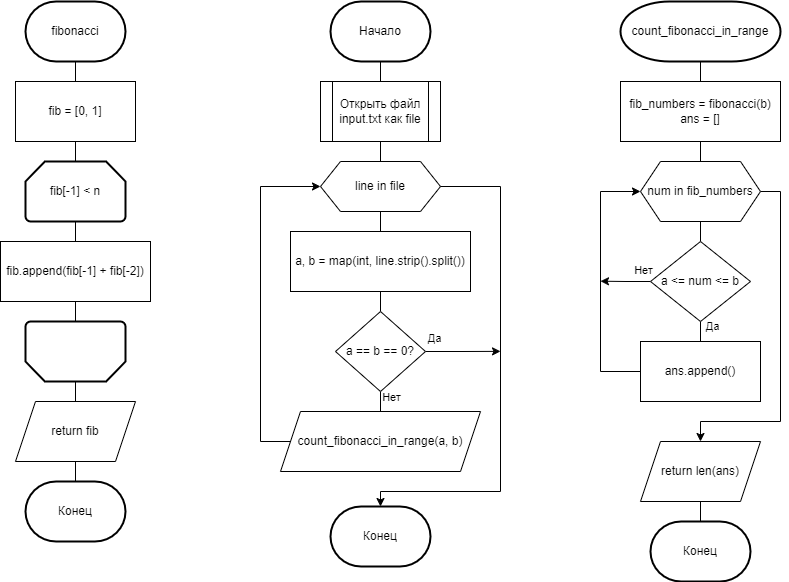
Above: Lab 3/6.1/6.1.drawio.png in EdgeFirewalk/Software-Design-and-Testing-Labs (draw.io), before the change. Source tidied: cells renumbered, new cells last; positions are measured from the earlier drawing's top-left corner, leaving out a move shared by most shapes. The source it was exported from:
```xml
<mxGraphModel>
  <root>
    <mxCell id="0" />
    <mxCell id="1" parent="0" />
    <mxCell id="2" style="edgeStyle=orthogonalEdgeStyle;rounded=0;jettySize=auto;html=1;exitX=0.5;exitY=1;exitDx=0;exitDy=0;exitPerimeter=0;entryX=0.5;entryY=0;entryDx=0;entryDy=0;endArrow=none;endFill=0;" parent="1" edge="1" source="3" target="4">
      <mxGeometry relative="1" as="geometry" />
    </mxCell>
    <mxCell id="3" value="fibonacci" style="strokeWidth=2;html=1;shape=mxgraph.flowchart.terminator;whiteSpace=wrap;" parent="1" vertex="1">
      <mxGeometry x="25" width="100" height="60" as="geometry" />
    </mxCell>
    <mxCell id="4" value="fib = [0, 1]" style="rounded=0;whiteSpace=wrap;html=1;" parent="1" vertex="1">
      <mxGeometry x="15" y="80" width="120" height="60" as="geometry" />
    </mxCell>
    <mxCell id="5" style="edgeStyle=orthogonalEdgeStyle;rounded=0;jettySize=auto;html=1;exitX=0.5;exitY=1;exitDx=0;exitDy=0;exitPerimeter=0;entryX=0.5;entryY=0;entryDx=0;entryDy=0;endArrow=none;endFill=0;" parent="1" edge="1" source="6" target="9">
      <mxGeometry relative="1" as="geometry" />
    </mxCell>
    <mxCell id="6" value="fib[-1] &amp;lt; n" style="strokeWidth=2;html=1;shape=mxgraph.flowchart.loop_limit;whiteSpace=wrap;" parent="1" vertex="1">
      <mxGeometry x="25" y="160" width="100" height="60" as="geometry" />
    </mxCell>
    <mxCell id="7" style="edgeStyle=orthogonalEdgeStyle;rounded=0;jettySize=auto;html=1;exitX=0.5;exitY=0;exitDx=0;exitDy=0;exitPerimeter=0;entryX=0.5;entryY=0;entryDx=0;entryDy=0;endArrow=none;endFill=0;" parent="1" edge="1" source="8" target="10">
      <mxGeometry relative="1" as="geometry" />
    </mxCell>
    <mxCell id="8" style="strokeWidth=2;html=1;shape=mxgraph.flowchart.loop_limit;whiteSpace=wrap;direction=west;" parent="1" vertex="1">
      <mxGeometry x="25" y="320" width="100" height="60" as="geometry" />
    </mxCell>
    <mxCell id="9" value="fib.append(fib[-1] + fib[-2])" style="rounded=0;whiteSpace=wrap;html=1;" parent="1" vertex="1">
      <mxGeometry y="240" width="150" height="60" as="geometry" />
    </mxCell>
    <mxCell id="10" value="return fib" style="shape=parallelogram;perimeter=parallelogramPerimeter;whiteSpace=wrap;html=1;fixedSize=1;" parent="1" vertex="1">
      <mxGeometry x="15" y="400" width="120" height="60" as="geometry" />
    </mxCell>
    <mxCell id="11" value="Конец" style="strokeWidth=2;html=1;shape=mxgraph.flowchart.terminator;whiteSpace=wrap;" parent="1" vertex="1">
      <mxGeometry x="25" y="480" width="100" height="60" as="geometry" />
    </mxCell>
    <mxCell id="12" style="edgeStyle=orthogonalEdgeStyle;rounded=0;jettySize=auto;html=1;exitX=0.5;exitY=1;exitDx=0;exitDy=0;entryX=0.5;entryY=0;entryDx=0;entryDy=0;entryPerimeter=0;endArrow=none;endFill=0;" parent="1" edge="1" source="4" target="6">
      <mxGeometry relative="1" as="geometry" />
    </mxCell>
    <mxCell id="13" style="edgeStyle=orthogonalEdgeStyle;rounded=0;jettySize=auto;html=1;exitX=0.5;exitY=1;exitDx=0;exitDy=0;entryX=0.5;entryY=1;entryDx=0;entryDy=0;entryPerimeter=0;endArrow=none;endFill=0;" parent="1" edge="1" source="9" target="8">
      <mxGeometry relative="1" as="geometry" />
    </mxCell>
    <mxCell id="14" style="edgeStyle=orthogonalEdgeStyle;rounded=0;jettySize=auto;html=1;exitX=0.5;exitY=1;exitDx=0;exitDy=0;entryX=0.5;entryY=0;entryDx=0;entryDy=0;entryPerimeter=0;endArrow=none;endFill=0;" parent="1" edge="1" source="10" target="11">
      <mxGeometry relative="1" as="geometry" />
    </mxCell>
    <mxCell id="15" style="edgeStyle=orthogonalEdgeStyle;rounded=0;jettySize=auto;html=1;exitX=0.5;exitY=1;exitDx=0;exitDy=0;exitPerimeter=0;entryX=0.5;entryY=0;entryDx=0;entryDy=0;endArrow=none;endFill=0;" parent="1" edge="1" source="16" target="18">
      <mxGeometry relative="1" as="geometry" />
    </mxCell>
    <mxCell id="16" value="count_fibonacci_in_range" style="strokeWidth=2;html=1;shape=mxgraph.flowchart.terminator;whiteSpace=wrap;" parent="1" vertex="1">
      <mxGeometry x="620" width="160" height="60" as="geometry" />
    </mxCell>
    <mxCell id="17" style="edgeStyle=orthogonalEdgeStyle;rounded=0;jettySize=auto;html=1;exitX=0.5;exitY=1;exitDx=0;exitDy=0;entryX=0.5;entryY=0;entryDx=0;entryDy=0;endArrow=none;endFill=0;" parent="1" edge="1" source="18" target="21">
      <mxGeometry relative="1" as="geometry" />
    </mxCell>
    <mxCell id="18" value="fib_numbers = fibonacci(b)&lt;br&gt;ans = []" style="rounded=0;whiteSpace=wrap;html=1;" parent="1" vertex="1">
      <mxGeometry x="620" y="80" width="160" height="60" as="geometry" />
    </mxCell>
    <mxCell id="19" style="edgeStyle=orthogonalEdgeStyle;rounded=0;jettySize=auto;html=1;exitX=0.5;exitY=1;exitDx=0;exitDy=0;entryX=0.5;entryY=0;entryDx=0;entryDy=0;endArrow=none;endFill=0;" parent="1" edge="1" source="21" target="26">
      <mxGeometry relative="1" as="geometry" />
    </mxCell>
    <mxCell id="20" style="edgeStyle=orthogonalEdgeStyle;rounded=0;jettySize=auto;html=1;exitX=1;exitY=0.5;exitDx=0;exitDy=0;entryX=0.5;entryY=0;entryDx=0;entryDy=0;" parent="1" edge="1" source="21" target="29">
      <mxGeometry relative="1" as="geometry">
        <Array as="points">
          <mxPoint x="780" y="190" />
          <mxPoint x="780" y="420" />
          <mxPoint x="700" y="420" />
        </Array>
      </mxGeometry>
    </mxCell>
    <mxCell id="21" value="num in fib_numbers" style="shape=hexagon;perimeter=hexagonPerimeter2;whiteSpace=wrap;html=1;fixedSize=1;" parent="1" vertex="1">
      <mxGeometry x="640" y="160" width="120" height="60" as="geometry" />
    </mxCell>
    <mxCell id="22" style="edgeStyle=orthogonalEdgeStyle;rounded=0;jettySize=auto;html=1;exitX=0;exitY=0.5;exitDx=0;exitDy=0;" parent="1" edge="1" source="26">
      <mxGeometry relative="1" as="geometry">
        <mxPoint x="600" y="279.7" as="targetPoint" />
      </mxGeometry>
    </mxCell>
    <mxCell id="23" value="Нет" style="edgeLabel;html=1;align=center;verticalAlign=middle;" parent="22" vertex="1">
      <mxGeometry x="-0.19" relative="1" as="geometry">
        <mxPoint x="13" y="-11" as="offset" />
      </mxGeometry>
    </mxCell>
    <mxCell id="24" style="edgeStyle=orthogonalEdgeStyle;rounded=0;jettySize=auto;html=1;exitX=0.5;exitY=1;exitDx=0;exitDy=0;entryX=0.5;entryY=0;entryDx=0;entryDy=0;endArrow=none;endFill=0;" parent="1" edge="1" source="26" target="28">
      <mxGeometry relative="1" as="geometry" />
    </mxCell>
    <mxCell id="25" value="Да" style="edgeLabel;html=1;align=center;verticalAlign=middle;" parent="24" vertex="1">
      <mxGeometry x="0.14" y="-2" relative="1" as="geometry">
        <mxPoint x="14" y="-7" as="offset" />
      </mxGeometry>
    </mxCell>
    <mxCell id="26" value="a &amp;lt;= num &amp;lt;= b" style="rhombus;whiteSpace=wrap;html=1;" parent="1" vertex="1">
      <mxGeometry x="650" y="240" width="100" height="80" as="geometry" />
    </mxCell>
    <mxCell id="27" style="edgeStyle=orthogonalEdgeStyle;rounded=0;jettySize=auto;html=1;exitX=0;exitY=0.5;exitDx=0;exitDy=0;entryX=0;entryY=0.5;entryDx=0;entryDy=0;" parent="1" edge="1" source="28" target="21">
      <mxGeometry relative="1" as="geometry">
        <Array as="points">
          <mxPoint x="600" y="370" />
          <mxPoint x="600" y="190" />
        </Array>
      </mxGeometry>
    </mxCell>
    <mxCell id="28" value="ans.append()" style="rounded=0;whiteSpace=wrap;html=1;" parent="1" vertex="1">
      <mxGeometry x="640" y="340" width="120" height="60" as="geometry" />
    </mxCell>
    <mxCell id="29" value="return len(ans)" style="shape=parallelogram;perimeter=parallelogramPerimeter;whiteSpace=wrap;html=1;fixedSize=1;" parent="1" vertex="1">
      <mxGeometry x="640" y="440" width="120" height="60" as="geometry" />
    </mxCell>
    <mxCell id="30" value="Конец" style="strokeWidth=2;html=1;shape=mxgraph.flowchart.terminator;whiteSpace=wrap;" parent="1" vertex="1">
      <mxGeometry x="650" y="520" width="100" height="60" as="geometry" />
    </mxCell>
    <mxCell id="31" style="edgeStyle=orthogonalEdgeStyle;rounded=0;jettySize=auto;html=1;exitX=0.5;exitY=1;exitDx=0;exitDy=0;entryX=0.5;entryY=0;entryDx=0;entryDy=0;entryPerimeter=0;endArrow=none;endFill=0;" parent="1" edge="1" source="29" target="30">
      <mxGeometry relative="1" as="geometry" />
    </mxCell>
    <mxCell id="32" style="edgeStyle=orthogonalEdgeStyle;rounded=0;jettySize=auto;html=1;exitX=0.5;exitY=1;exitDx=0;exitDy=0;exitPerimeter=0;entryX=0.5;entryY=0;entryDx=0;entryDy=0;endArrow=none;endFill=0;" parent="1" edge="1" source="33" target="35">
      <mxGeometry relative="1" as="geometry" />
    </mxCell>
    <mxCell id="33" value="Начало" style="strokeWidth=2;html=1;shape=mxgraph.flowchart.terminator;whiteSpace=wrap;" parent="1" vertex="1">
      <mxGeometry x="330" width="100" height="60" as="geometry" />
    </mxCell>
    <mxCell id="34" style="edgeStyle=orthogonalEdgeStyle;rounded=0;jettySize=auto;html=1;exitX=0.5;exitY=1;exitDx=0;exitDy=0;entryX=0.5;entryY=0;entryDx=0;entryDy=0;endArrow=none;endFill=0;" parent="1" edge="1" source="35" target="37">
      <mxGeometry relative="1" as="geometry" />
    </mxCell>
    <mxCell id="35" value="Открыть файл input.txt как file" style="shape=process;whiteSpace=wrap;html=1;backgroundOutline=1;" parent="1" vertex="1">
      <mxGeometry x="320" y="80" width="120" height="60" as="geometry" />
    </mxCell>
    <mxCell id="36" style="edgeStyle=orthogonalEdgeStyle;rounded=0;jettySize=auto;html=1;exitX=0.5;exitY=1;exitDx=0;exitDy=0;entryX=0.5;entryY=0;entryDx=0;entryDy=0;endArrow=none;endFill=0;" parent="1" edge="1" source="37" target="39">
      <mxGeometry relative="1" as="geometry" />
    </mxCell>
    <mxCell id="37" value="line in file" style="shape=hexagon;perimeter=hexagonPerimeter2;whiteSpace=wrap;html=1;fixedSize=1;" parent="1" vertex="1">
      <mxGeometry x="320" y="160" width="120" height="50" as="geometry" />
    </mxCell>
    <mxCell id="38" style="edgeStyle=orthogonalEdgeStyle;rounded=0;jettySize=auto;html=1;exitX=0.5;exitY=1;exitDx=0;exitDy=0;entryX=0.5;entryY=0;entryDx=0;entryDy=0;endArrow=none;endFill=0;" parent="1" edge="1" source="39" target="44">
      <mxGeometry relative="1" as="geometry" />
    </mxCell>
    <mxCell id="39" value="a, b = map(int, line.strip().split())" style="rounded=0;whiteSpace=wrap;html=1;" parent="1" vertex="1">
      <mxGeometry x="290" y="230" width="180" height="60" as="geometry" />
    </mxCell>
    <mxCell id="40" style="edgeStyle=orthogonalEdgeStyle;rounded=0;jettySize=auto;html=1;exitX=0.5;exitY=1;exitDx=0;exitDy=0;entryX=0.5;entryY=0;entryDx=0;entryDy=0;endArrow=none;endFill=0;" parent="1" edge="1" source="44" target="46">
      <mxGeometry relative="1" as="geometry" />
    </mxCell>
    <mxCell id="41" value="Нет" style="edgeLabel;html=1;align=center;verticalAlign=middle;" parent="40" vertex="1">
      <mxGeometry x="-0.05" relative="1" as="geometry">
        <mxPoint x="11" y="-4" as="offset" />
      </mxGeometry>
    </mxCell>
    <mxCell id="42" style="edgeStyle=orthogonalEdgeStyle;rounded=0;jettySize=auto;html=1;exitX=1;exitY=0.5;exitDx=0;exitDy=0;" parent="1" edge="1" source="44">
      <mxGeometry relative="1" as="geometry">
        <mxPoint x="500" y="349.9" as="targetPoint" />
      </mxGeometry>
    </mxCell>
    <mxCell id="43" value="Да" style="edgeLabel;html=1;align=center;verticalAlign=middle;" parent="42" vertex="1">
      <mxGeometry x="-0.59" relative="1" as="geometry">
        <mxPoint x="-6" y="-13" as="offset" />
      </mxGeometry>
    </mxCell>
    <mxCell id="44" value="a == b == 0?" style="rhombus;whiteSpace=wrap;html=1;" parent="1" vertex="1">
      <mxGeometry x="335" y="310" width="90" height="80" as="geometry" />
    </mxCell>
    <mxCell id="45" style="edgeStyle=orthogonalEdgeStyle;rounded=0;jettySize=auto;html=1;exitX=0;exitY=0.5;exitDx=0;exitDy=0;entryX=0;entryY=0.5;entryDx=0;entryDy=0;" parent="1" edge="1" source="46" target="37">
      <mxGeometry relative="1" as="geometry">
        <Array as="points">
          <mxPoint x="260" y="440" />
          <mxPoint x="260" y="185" />
        </Array>
      </mxGeometry>
    </mxCell>
    <mxCell id="46" value="count_fibonacci_in_range(a, b)" style="shape=parallelogram;perimeter=parallelogramPerimeter;whiteSpace=wrap;html=1;fixedSize=1;" parent="1" vertex="1">
      <mxGeometry x="280" y="410" width="200" height="60" as="geometry" />
    </mxCell>
    <mxCell id="47" value="Конец" style="strokeWidth=2;html=1;shape=mxgraph.flowchart.terminator;whiteSpace=wrap;" parent="1" vertex="1">
      <mxGeometry x="330" y="505" width="100" height="60" as="geometry" />
    </mxCell>
    <mxCell id="48" style="edgeStyle=orthogonalEdgeStyle;rounded=0;jettySize=auto;html=1;exitX=1;exitY=0.5;exitDx=0;exitDy=0;entryX=0.5;entryY=0;entryDx=0;entryDy=0;entryPerimeter=0;" parent="1" edge="1" source="37" target="47">
      <mxGeometry relative="1" as="geometry">
        <Array as="points">
          <mxPoint x="500" y="185" />
          <mxPoint x="500" y="490" />
          <mxPoint x="380" y="490" />
        </Array>
      </mxGeometry>
    </mxCell>
  </root>
</mxGraphModel>
```
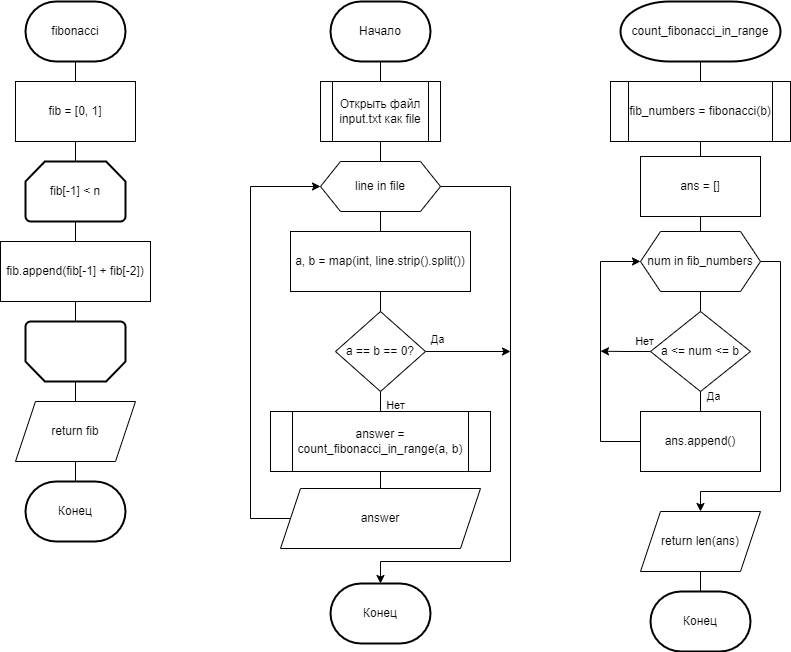
Later version of the same file.

Change to the diagram source:
```diff
@@ -50,7 +50,7 @@
     <mxCell id="17" style="edgeStyle=orthogonalEdgeStyle;rounded=0;jettySize=auto;html=1;exitX=0.5;exitY=1;exitDx=0;exitDy=0;entryX=0.5;entryY=0;entryDx=0;entryDy=0;endArrow=none;endFill=0;" parent="1" edge="1" source="18" target="21">
       <mxGeometry relative="1" as="geometry" />
     </mxCell>
-    <mxCell id="18" value="fib_numbers = fibonacci(b)&lt;br&gt;ans = []" style="rounded=0;whiteSpace=wrap;html=1;" parent="1" vertex="1">
+    <mxCell id="18" value="fib_numbers = fibonacci(b)" style="rounded=0;whiteSpace=wrap;html=1;" parent="1" vertex="1">
       <mxGeometry x="620" y="80" width="160" height="60" as="geometry" />
     </mxCell>
     <mxCell id="19" style="edgeStyle=orthogonalEdgeStyle;rounded=0;jettySize=auto;html=1;exitX=0.5;exitY=1;exitDx=0;exitDy=0;entryX=0.5;entryY=0;entryDx=0;entryDy=0;endArrow=none;endFill=0;" parent="1" edge="1" source="21" target="26">
@@ -59,18 +59,18 @@
     <mxCell id="20" style="edgeStyle=orthogonalEdgeStyle;rounded=0;jettySize=auto;html=1;exitX=1;exitY=0.5;exitDx=0;exitDy=0;entryX=0.5;entryY=0;entryDx=0;entryDy=0;" parent="1" edge="1" source="21" target="29">
       <mxGeometry relative="1" as="geometry">
         <Array as="points">
-          <mxPoint x="780" y="190" />
-          <mxPoint x="780" y="420" />
-          <mxPoint x="700" y="420" />
+          <mxPoint x="780" y="260" />
+          <mxPoint x="780" y="490" />
+          <mxPoint x="700" y="490" />
         </Array>
       </mxGeometry>
     </mxCell>
     <mxCell id="21" value="num in fib_numbers" style="shape=hexagon;perimeter=hexagonPerimeter2;whiteSpace=wrap;html=1;fixedSize=1;" parent="1" vertex="1">
-      <mxGeometry x="640" y="160" width="120" height="60" as="geometry" />
+      <mxGeometry x="640" y="230" width="120" height="60" as="geometry" />
     </mxCell>
     <mxCell id="22" style="edgeStyle=orthogonalEdgeStyle;rounded=0;jettySize=auto;html=1;exitX=0;exitY=0.5;exitDx=0;exitDy=0;" parent="1" edge="1" source="26">
       <mxGeometry relative="1" as="geometry">
-        <mxPoint x="600" y="279.7" as="targetPoint" />
+        <mxPoint x="600" y="349.7" as="targetPoint" />
       </mxGeometry>
     </mxCell>
     <mxCell id="23" value="Нет" style="edgeLabel;html=1;align=center;verticalAlign=middle;" parent="22" vertex="1">
@@ -87,24 +87,24 @@
       </mxGeometry>
     </mxCell>
     <mxCell id="26" value="a &amp;lt;= num &amp;lt;= b" style="rhombus;whiteSpace=wrap;html=1;" parent="1" vertex="1">
-      <mxGeometry x="650" y="240" width="100" height="80" as="geometry" />
+      <mxGeometry x="650" y="310" width="100" height="80" as="geometry" />
     </mxCell>
     <mxCell id="27" style="edgeStyle=orthogonalEdgeStyle;rounded=0;jettySize=auto;html=1;exitX=0;exitY=0.5;exitDx=0;exitDy=0;entryX=0;entryY=0.5;entryDx=0;entryDy=0;" parent="1" edge="1" source="28" target="21">
       <mxGeometry relative="1" as="geometry">
         <Array as="points">
-          <mxPoint x="600" y="370" />
-          <mxPoint x="600" y="190" />
+          <mxPoint x="600" y="440" />
+          <mxPoint x="600" y="260" />
         </Array>
       </mxGeometry>
     </mxCell>
     <mxCell id="28" value="ans.append()" style="rounded=0;whiteSpace=wrap;html=1;" parent="1" vertex="1">
-      <mxGeometry x="640" y="340" width="120" height="60" as="geometry" />
+      <mxGeometry x="640" y="410" width="120" height="60" as="geometry" />
     </mxCell>
     <mxCell id="29" value="return len(ans)" style="shape=parallelogram;perimeter=parallelogramPerimeter;whiteSpace=wrap;html=1;fixedSize=1;" parent="1" vertex="1">
-      <mxGeometry x="640" y="440" width="120" height="60" as="geometry" />
+      <mxGeometry x="640" y="510" width="120" height="60" as="geometry" />
     </mxCell>
     <mxCell id="30" value="Конец" style="strokeWidth=2;html=1;shape=mxgraph.flowchart.terminator;whiteSpace=wrap;" parent="1" vertex="1">
-      <mxGeometry x="650" y="520" width="100" height="60" as="geometry" />
+      <mxGeometry x="650" y="590" width="100" height="60" as="geometry" />
     </mxCell>
     <mxCell id="31" style="edgeStyle=orthogonalEdgeStyle;rounded=0;jettySize=auto;html=1;exitX=0.5;exitY=1;exitDx=0;exitDy=0;entryX=0.5;entryY=0;entryDx=0;entryDy=0;entryPerimeter=0;endArrow=none;endFill=0;" parent="1" edge="1" source="29" target="30">
       <mxGeometry relative="1" as="geometry" />
@@ -138,12 +138,12 @@
     </mxCell>
     <mxCell id="41" value="Нет" style="edgeLabel;html=1;align=center;verticalAlign=middle;" parent="40" vertex="1">
       <mxGeometry x="-0.05" relative="1" as="geometry">
-        <mxPoint x="11" y="-4" as="offset" />
+        <mxPoint x="14" y="-33" as="offset" />
       </mxGeometry>
     </mxCell>
     <mxCell id="42" style="edgeStyle=orthogonalEdgeStyle;rounded=0;jettySize=auto;html=1;exitX=1;exitY=0.5;exitDx=0;exitDy=0;" parent="1" edge="1" source="44">
       <mxGeometry relative="1" as="geometry">
-        <mxPoint x="500" y="349.9" as="targetPoint" />
+        <mxPoint x="510" y="350" as="targetPoint" />
       </mxGeometry>
     </mxCell>
     <mxCell id="43" value="Да" style="edgeLabel;html=1;align=center;verticalAlign=middle;" parent="42" vertex="1">
@@ -157,25 +157,34 @@
     <mxCell id="45" style="edgeStyle=orthogonalEdgeStyle;rounded=0;jettySize=auto;html=1;exitX=0;exitY=0.5;exitDx=0;exitDy=0;entryX=0;entryY=0.5;entryDx=0;entryDy=0;" parent="1" edge="1" source="46" target="37">
       <mxGeometry relative="1" as="geometry">
         <Array as="points">
-          <mxPoint x="260" y="440" />
-          <mxPoint x="260" y="185" />
+          <mxPoint x="250" y="517" />
+          <mxPoint x="250" y="185" />
         </Array>
       </mxGeometry>
     </mxCell>
-    <mxCell id="46" value="count_fibonacci_in_range(a, b)" style="shape=parallelogram;perimeter=parallelogramPerimeter;whiteSpace=wrap;html=1;fixedSize=1;" parent="1" vertex="1">
-      <mxGeometry x="280" y="410" width="200" height="60" as="geometry" />
+    <mxCell id="46" value="answer" style="shape=parallelogram;perimeter=parallelogramPerimeter;whiteSpace=wrap;html=1;fixedSize=1;" parent="1" vertex="1">
+      <mxGeometry x="280" y="487" width="200" height="60" as="geometry" />
     </mxCell>
     <mxCell id="47" value="Конец" style="strokeWidth=2;html=1;shape=mxgraph.flowchart.terminator;whiteSpace=wrap;" parent="1" vertex="1">
-      <mxGeometry x="330" y="505" width="100" height="60" as="geometry" />
+      <mxGeometry x="330" y="582" width="100" height="60" as="geometry" />
     </mxCell>
     <mxCell id="48" style="edgeStyle=orthogonalEdgeStyle;rounded=0;jettySize=auto;html=1;exitX=1;exitY=0.5;exitDx=0;exitDy=0;entryX=0.5;entryY=0;entryDx=0;entryDy=0;entryPerimeter=0;" parent="1" edge="1" source="37" target="47">
       <mxGeometry relative="1" as="geometry">
         <Array as="points">
-          <mxPoint x="500" y="185" />
-          <mxPoint x="500" y="490" />
-          <mxPoint x="380" y="490" />
+          <mxPoint x="510" y="185" />
+          <mxPoint x="510" y="560" />
+          <mxPoint x="380" y="560" />
         </Array>
       </mxGeometry>
     </mxCell>
+    <mxCell id="49" value="ans = []" style="rounded=0;whiteSpace=wrap;html=1;" parent="1" vertex="1">
+      <mxGeometry x="640" y="155" width="120" height="60" as="geometry" />
+    </mxCell>
+    <mxCell id="50" value="fib_numbers = fibonacci(b)" style="shape=process;whiteSpace=wrap;html=1;backgroundOutline=1;" parent="1" vertex="1">
+      <mxGeometry x="610" y="80" width="180" height="60" as="geometry" />
+    </mxCell>
+    <mxCell id="51" value="answer = count_fibonacci_in_range(a, b)" style="shape=process;whiteSpace=wrap;html=1;backgroundOutline=1;" parent="1" vertex="1">
+      <mxGeometry x="270" y="410" width="220" height="60" as="geometry" />
+    </mxCell>
   </root>
 </mxGraphModel>
```
